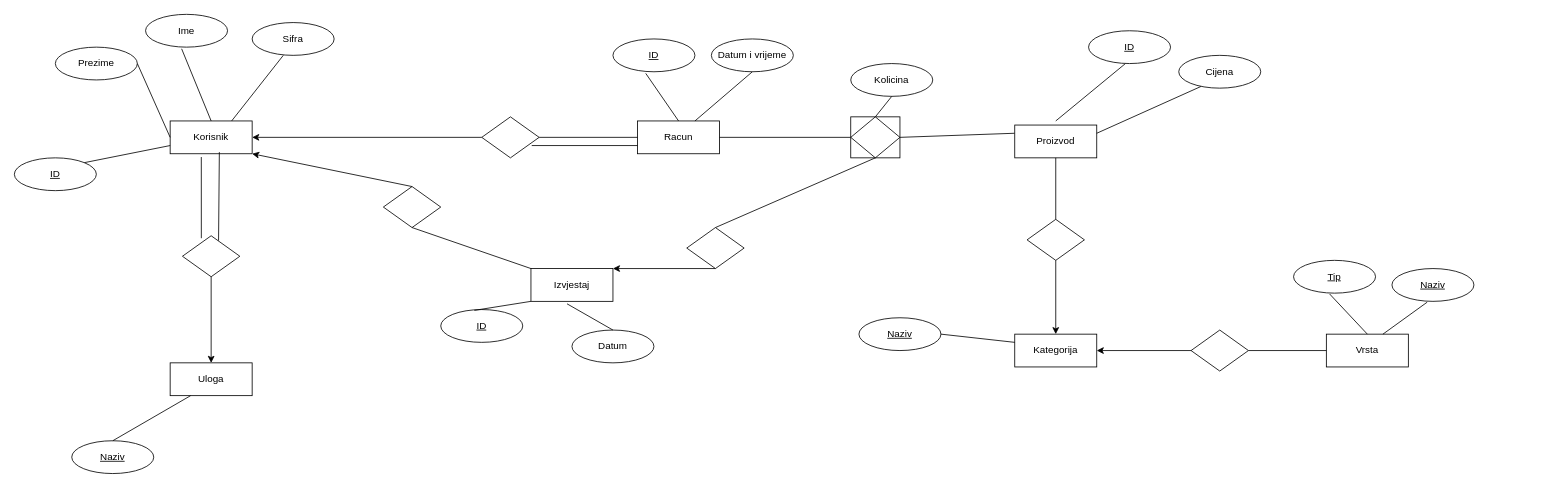
Before: CashRegisterDatabase (copy).drawio in nikto3/CashRegister, a draw.io diagram. Source tidied: cells renumbered, new cells numbered last; positions are measured from the earlier drawing's top-left corner, leaving out a move shared by most shapes. Both pictures are drawn from the tidied source at 82%, with x=0, y=0 at pixel (14, 14).
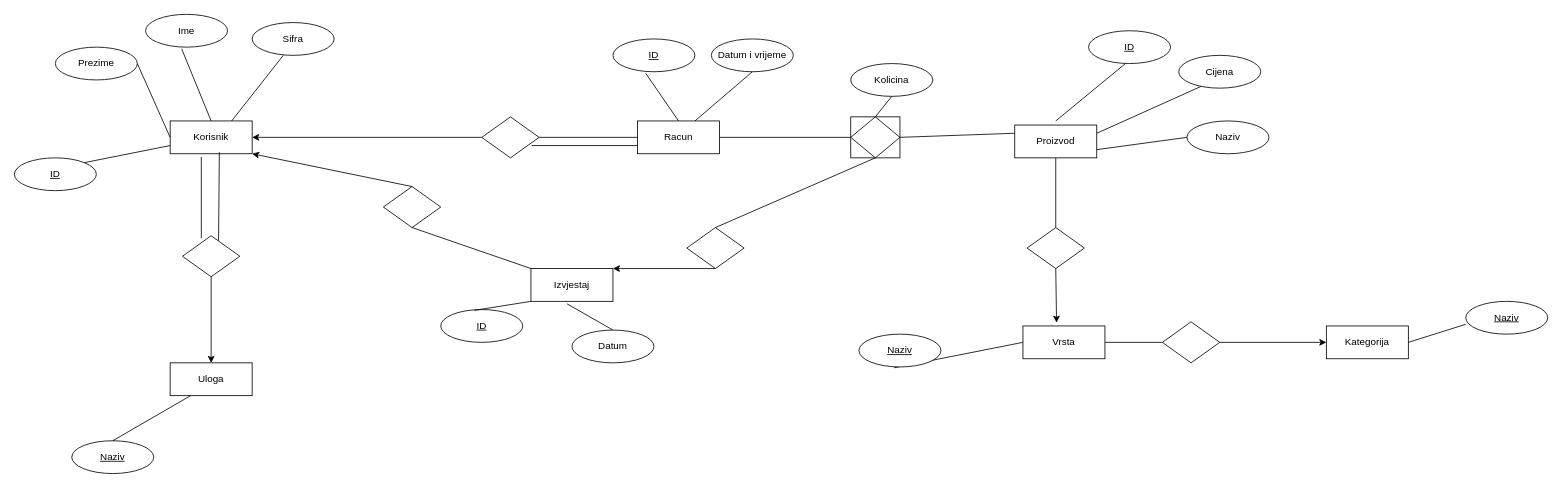
The same diagram, later.

Unchanged cells that the change refers to:
```xml
<mxCell id="23" value="Proizvod" style="whiteSpace=wrap;html=1;align=center;" parent="1" vertex="1">
  <mxGeometry x="1220" y="135" width="100" height="40" as="geometry" />
</mxCell>
```

Change to the diagram source:
```diff
@@
     <mxCell id="41" value="Kategorija" style="whiteSpace=wrap;html=1;align=center;" parent="1" vertex="1">
-      <mxGeometry x="1220" y="390" width="100" height="40" as="geometry" />
+      <mxGeometry x="1600" y="380" width="100" height="40" as="geometry" />
     </mxCell>
     <mxCell id="42" value="Naziv" style="ellipse;whiteSpace=wrap;html=1;align=center;fontStyle=4;" parent="1" vertex="1">
-      <mxGeometry x="1030" y="370" width="100" height="40" as="geometry" />
+      <mxGeometry x="1770" y="350" width="100" height="40" as="geometry" />
     </mxCell>
     <mxCell id="43" style="shape=rhombus;perimeter=rhombusPerimeter;whiteSpace=wrap;html=1;align=center;" parent="1" vertex="1">
-      <mxGeometry x="1235" y="250" width="70" height="50" as="geometry" />
+      <mxGeometry x="1235" y="260" width="70" height="50" as="geometry" />
     </mxCell>
@@
-    <mxCell id="45" style="endArrow=classic;html=1;rounded=0;exitX=0.5;exitY=1;exitDx=0;exitDy=0;entryX=0.5;entryY=0;entryDx=0;entryDy=0;" parent="1" edge="1" source="43" target="41">
+    <mxCell id="45" style="endArrow=classic;html=1;rounded=0;exitX=0.5;exitY=1;exitDx=0;exitDy=0;entryX=0.41;entryY=-0.1;entryDx=0;entryDy=0;entryPerimeter=0;" parent="1" edge="1" source="43" target="47">
       <mxGeometry relative="1" as="geometry" />
     </mxCell>
-    <mxCell id="46" style="endArrow=none;html=1;rounded=0;entryX=1;entryY=0.5;entryDx=0;entryDy=0;exitX=0;exitY=0.25;exitDx=0;exitDy=0;" parent="1" edge="1" source="41" target="42">
+    <mxCell id="46" style="endArrow=none;html=1;rounded=0;entryX=0;entryY=0.7;entryDx=0;entryDy=0;exitX=1;exitY=0.5;exitDx=0;exitDy=0;entryPerimeter=0;" parent="1" edge="1" source="41" target="42">
       <mxGeometry relative="1" as="geometry" />
     </mxCell>
-    <mxCell id="47" value="Vrsta" style="whiteSpace=wrap;html=1;align=center;" parent="1" vertex="1">
-      <mxGeometry x="1600" y="390" width="100" height="40" as="geometry" />
-    </mxCell>
-    <mxCell id="48" value="Tip" style="ellipse;whiteSpace=wrap;html=1;align=center;fontStyle=4;" parent="1" vertex="1">
-      <mxGeometry x="1560" y="300" width="100" height="40" as="geometry" />
-    </mxCell>
-    <mxCell id="49" style="endArrow=none;html=1;rounded=0;entryX=0.44;entryY=1.025;entryDx=0;entryDy=0;exitX=0.5;exitY=0;exitDx=0;exitDy=0;entryPerimeter=0;" parent="1" edge="1" source="47" target="48">
-      <mxGeometry relative="1" as="geometry" />
-    </mxCell>
     <mxCell id="50" style="shape=rhombus;perimeter=rhombusPerimeter;whiteSpace=wrap;html=1;align=center;" parent="1" vertex="1">
-      <mxGeometry x="1435" y="385" width="70" height="50" as="geometry" />
+      <mxGeometry x="1400" y="375" width="70" height="50" as="geometry" />
     </mxCell>
-    <mxCell id="51" style="endArrow=none;html=1;rounded=0;entryX=0;entryY=0.5;entryDx=0;entryDy=0;exitX=1;exitY=0.5;exitDx=0;exitDy=0;" parent="1" edge="1" source="50" target="47">
+    <mxCell id="51" style="endArrow=none;html=1;rounded=0;entryX=1;entryY=0.5;entryDx=0;entryDy=0;exitX=0;exitY=0.5;exitDx=0;exitDy=0;" parent="1" edge="1" source="50" target="47">
       <mxGeometry relative="1" as="geometry" />
     </mxCell>
-    <mxCell id="52" style="endArrow=classic;html=1;rounded=0;exitX=0;exitY=0.5;exitDx=0;exitDy=0;entryX=1;entryY=0.5;entryDx=0;entryDy=0;" parent="1" edge="1" source="50" target="41">
+    <mxCell id="52" style="endArrow=classic;html=1;rounded=0;exitX=1;exitY=0.5;exitDx=0;exitDy=0;entryX=0;entryY=0.5;entryDx=0;entryDy=0;" parent="1" edge="1" source="50" target="41">
       <mxGeometry relative="1" as="geometry" />
     </mxCell>
-    <mxCell id="53" style="endArrow=none;html=1;rounded=0;entryX=0.43;entryY=1.025;entryDx=0;entryDy=0;exitX=0.69;exitY=0;exitDx=0;exitDy=0;entryPerimeter=0;exitPerimeter=0;" parent="1" edge="1" source="47" target="54">
+    <mxCell id="53" style="endArrow=none;html=1;rounded=0;entryX=0.43;entryY=1.025;entryDx=0;entryDy=0;exitX=0;exitY=0.5;exitDx=0;exitDy=0;entryPerimeter=0;" parent="1" edge="1" source="47" target="54">
       <mxGeometry relative="1" as="geometry" />
     </mxCell>
     <mxCell id="54" value="Naziv" style="ellipse;whiteSpace=wrap;html=1;align=center;fontStyle=4;" parent="1" vertex="1">
-      <mxGeometry x="1680" y="310" width="100" height="40" as="geometry" />
+      <mxGeometry x="1030" y="390" width="100" height="40" as="geometry" />
     </mxCell>
@@
+    <mxCell id="62" value="Naziv" style="ellipse;whiteSpace=wrap;html=1;align=center;" parent="1" vertex="1">
+      <mxGeometry x="1430" y="130" width="100" height="40" as="geometry" />
+    </mxCell>
+    <mxCell id="63" style="endArrow=none;html=1;rounded=0;entryX=0;entryY=0.5;entryDx=0;entryDy=0;exitX=1;exitY=0.75;exitDx=0;exitDy=0;" parent="1" edge="1" source="23" target="62">
+      <mxGeometry relative="1" as="geometry" />
+    </mxCell>
+    <mxCell id="47" value="Vrsta" style="whiteSpace=wrap;html=1;align=center;" parent="1" vertex="1">
+      <mxGeometry x="1230" y="380" width="100" height="40" as="geometry" />
+    </mxCell>
```
